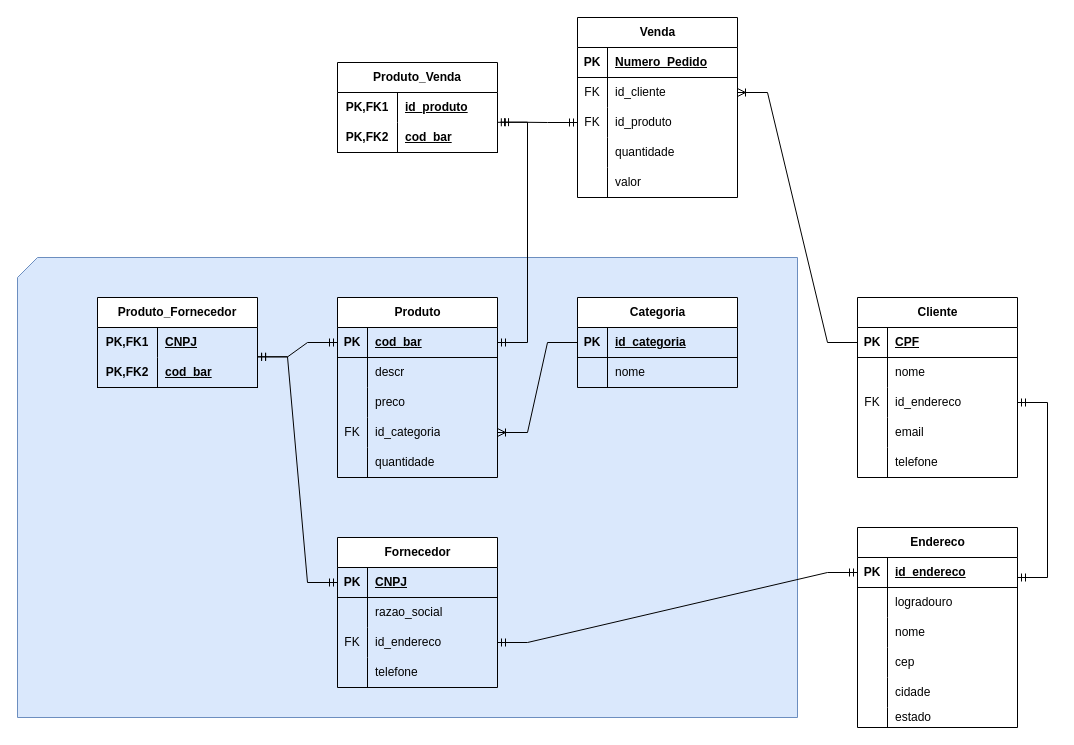
Above: Untitled Diagram.drawio in giuliano435/draw.io (draw.io), before the change. Source tidied: cells renumbered, new cells numbered last; positions are measured from the earlier drawing's top-left corner, leaving out a move shared by most shapes. Both pictures are drawn from the tidied source at 100%, with x=0, y=0 at pixel (17, 17).
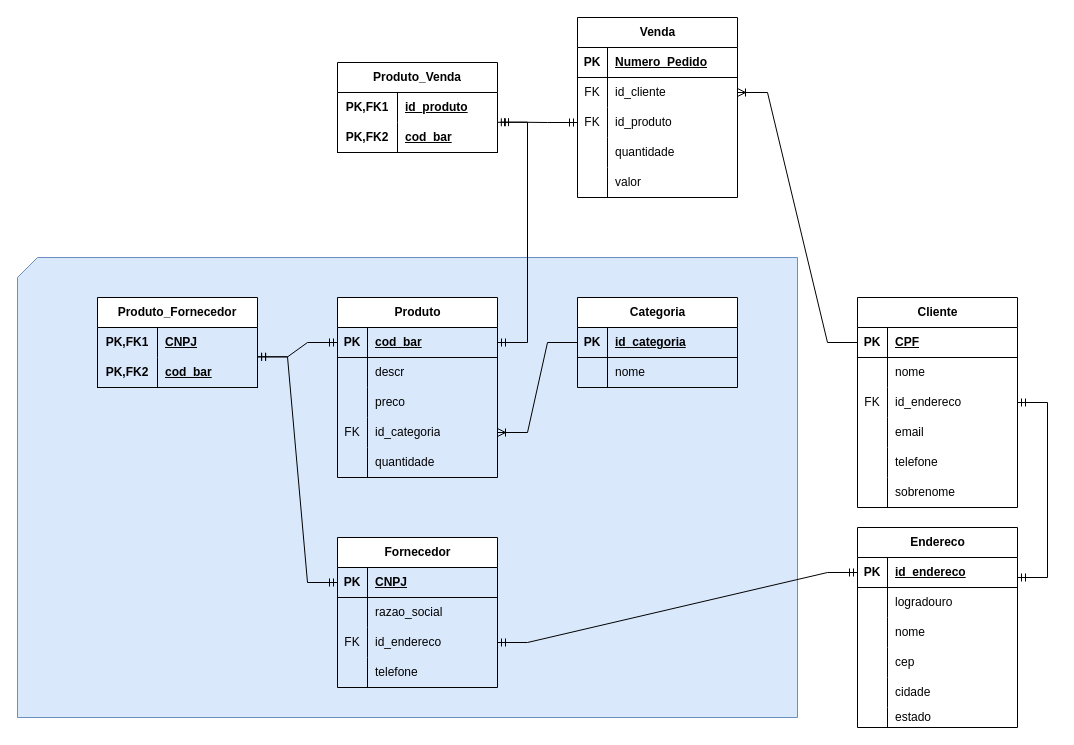
The same page after the edit.

What changed in the source:
```diff
@@
     <mxCell id="49" value="Cliente" style="shape=table;startSize=30;childLayout=tableLayout;rowLines=0;fontStyle=1;align=center;html=1;" parent="1" vertex="1">
-      <mxGeometry x="840" y="280" width="160" height="180" as="geometry" />
+      <mxGeometry x="840" y="280" width="160" height="210" as="geometry" />
     </mxCell>
@@
+    <mxCell id="112" style="shape=tableRow;horizontal=0;startSize=0;swimlaneHead=0;swimlaneBody=0;fillColor=none;top=0;left=0;right=0;bottom=0;" parent="49" vertex="1">
+      <mxGeometry y="180" width="160" height="30" as="geometry" />
+    </mxCell>
+    <mxCell id="113" style="shape=partialRectangle;fillColor=none;top=0;left=0;bottom=0;right=0;overflow=hidden;whiteSpace=wrap;html=1;" parent="112" vertex="1">
+      <mxGeometry width="30" height="30" as="geometry" />
+    </mxCell>
+    <mxCell id="114" value="sobrenome" style="shape=partialRectangle;fillColor=none;top=0;left=0;bottom=0;right=0;align=left;spacingLeft=6;overflow=hidden;whiteSpace=wrap;html=1;" parent="112" vertex="1">
+      <mxGeometry x="30" width="130" height="30" as="geometry" />
+    </mxCell>
```
